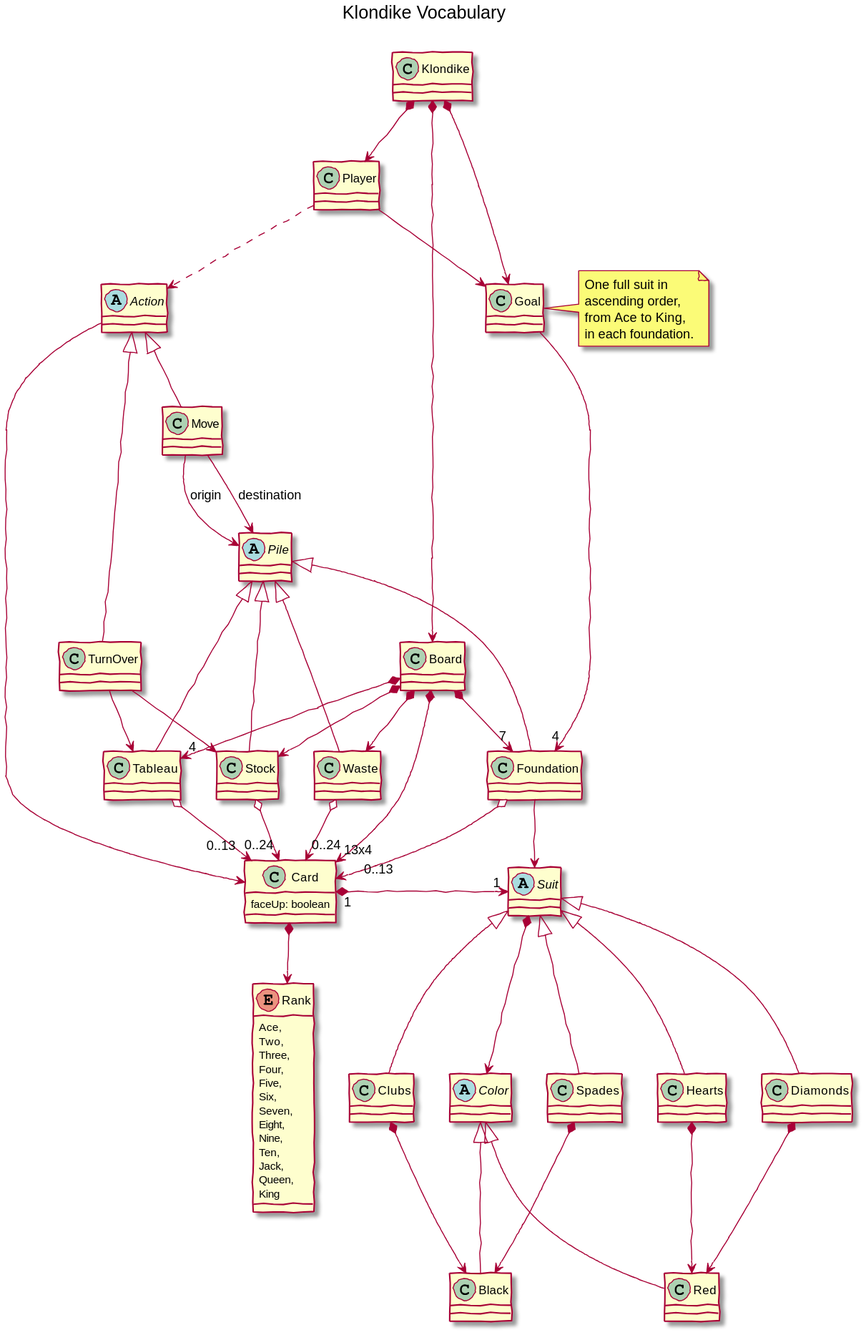
This is disciplinasSoftware/game-klondike/docs/images/klondike--vocabulary.svg from USantaTecla-ed-mpds/lab-boole, a PlantUML export, as it was before one commit.
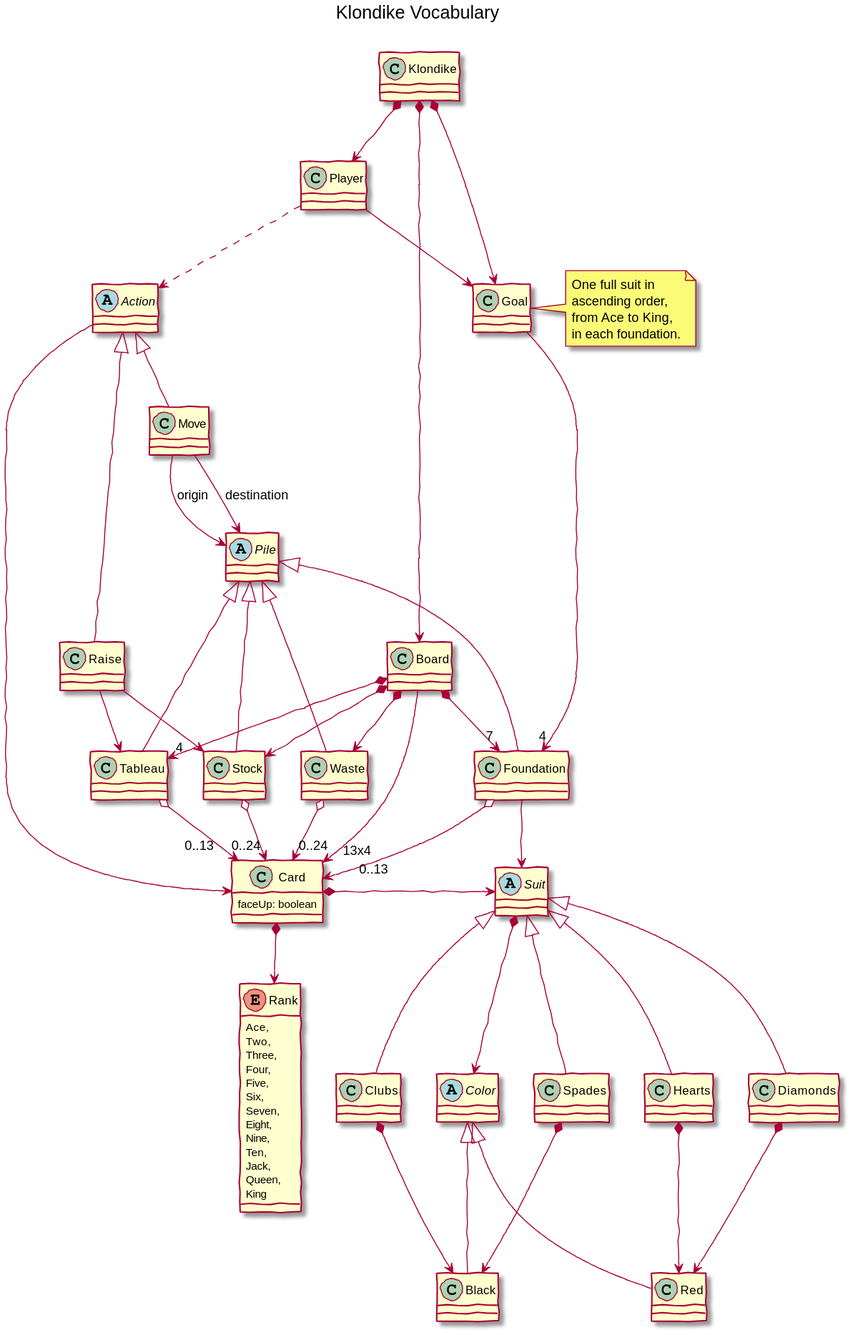
The same diagram one commit later.

Commit message:
Klondike: Update Vocabulary

What changed in the source:
```diff
@@ -51,13 +51,13 @@
 
 abstract Action
 class Move
-class TurnOver
+class Raise
 
 
 
 Klondike *--> Player
 Klondike *-right->  Board
-Board    *--> "13x4" Card
+Board    --> "   13x4" Card
 Klondike *-->  Goal
 
 Player ..> Action
@@ -73,12 +73,12 @@
 
 
 Action <|-- Move
-Action <|-- TurnOver
+Action <|-- Raise
 Action --> Card
 Move --> Pile : origin
 Move --> Pile : destination
-TurnOver --> Stock
-TurnOver --> Tableau
+Raise --> Stock
+Raise --> Tableau
 
 Pile <|-down-- Stock
 Pile <|-down-- Waste
@@ -88,17 +88,17 @@
 Board *--> Stock
 Board *--> Waste
 Board *--> "7" Foundation
-Board *--> "4" Tableau
+Board *--> "4   " Tableau
 
 
 Stock      o--> "0..24" Card
 Waste      o--> "0..24" Card
-Tableau    o--> "0..13 " Card
-Foundation o--> "     0..13" Card
+Tableau    o--> "0..13   " Card
+Foundation o--> "       0..13" Card
 Foundation --> Suit
 
 Card *--> Rank
-Card "1" *-right-> "1" Suit
+Card *-right-> Suit
 
 Suit *-d-> Color
 Suit  <|-- Hearts
```
